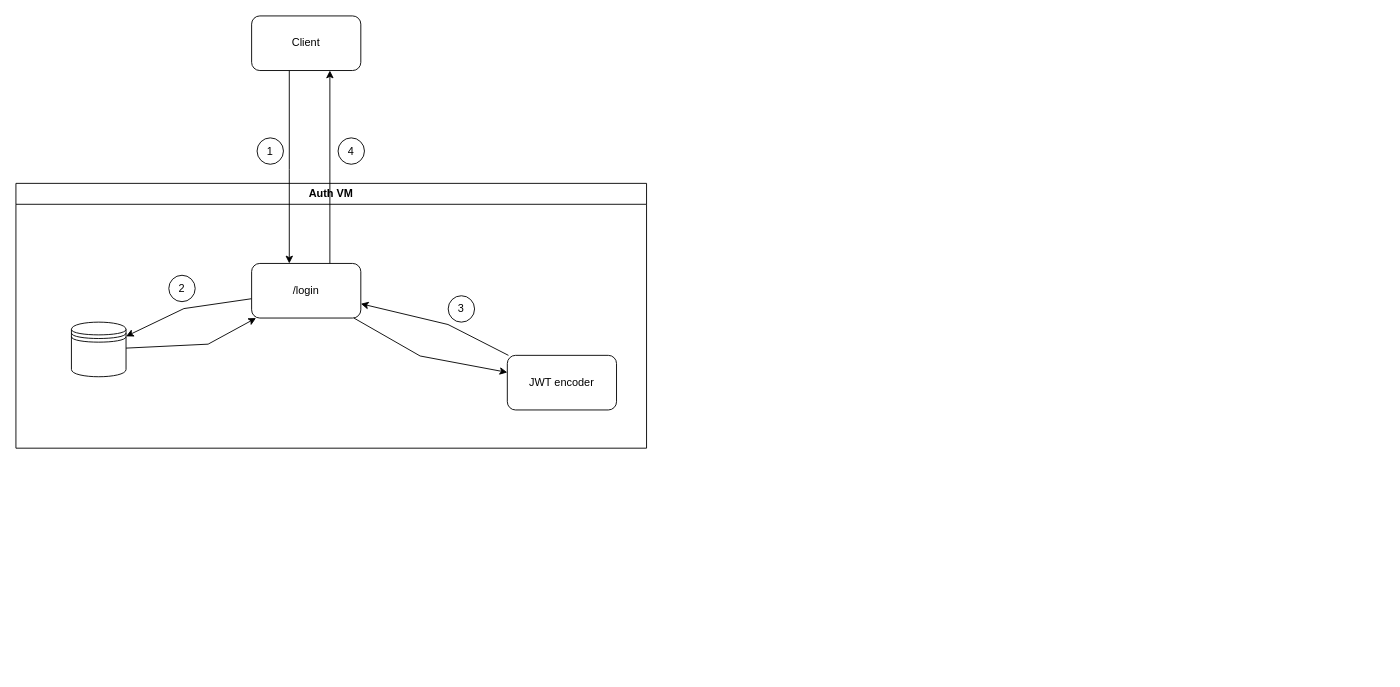
Above: page "Page-4" (4 of 5) of sre_p1_architecture_diagram.drawio in jackpham1019/SMACOP (draw.io), before the change. Source tidied: cells renumbered, new cells numbered last; positions are measured from the earlier drawing's top-left corner, leaving out a move shared by most shapes. Both pictures are drawn from the tidied source at 91%, with x=0, y=0 at pixel (15, 15).
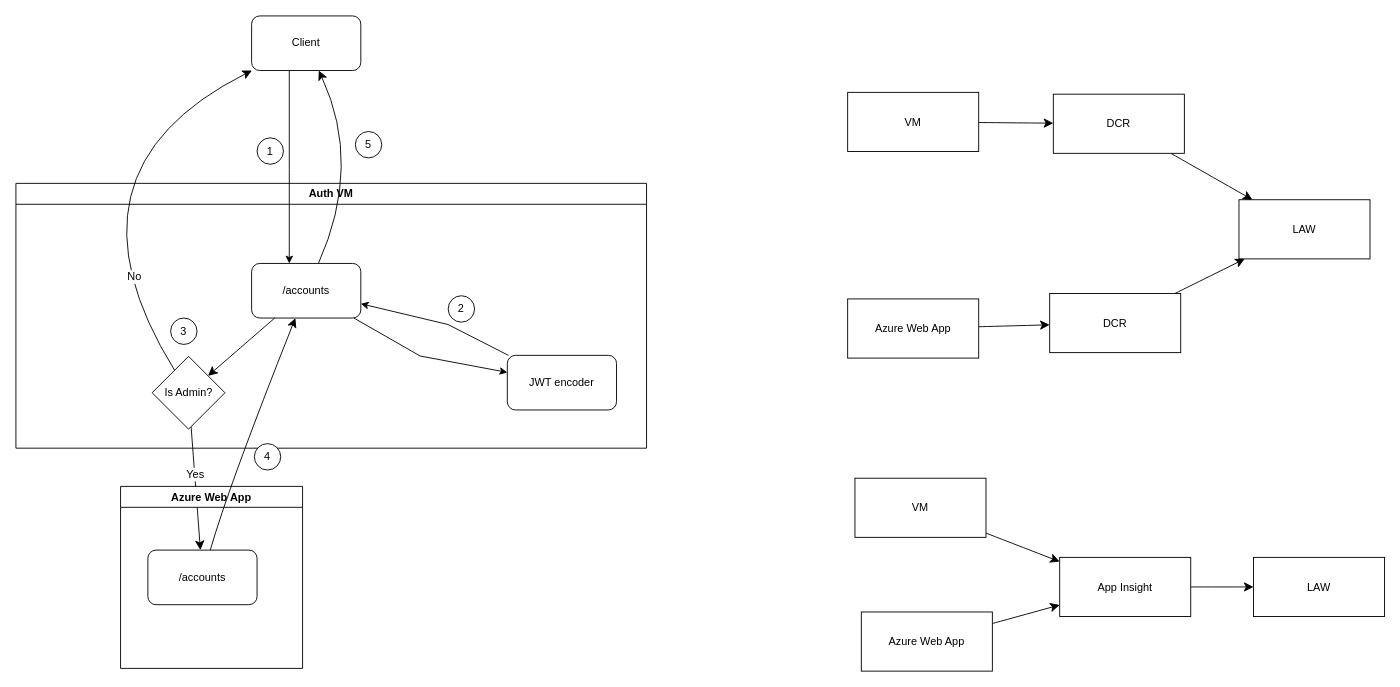
Above is the later version.

The change refers to these unchanged cells:
```xml
<mxCell id="2" value="Auth VM" style="swimlane;whiteSpace=wrap;html=1;" parent="1" vertex="1">
  <mxGeometry y="184" width="693" height="291" as="geometry" />
</mxCell>
<mxCell id="13" value="Client" style="rounded=1;whiteSpace=wrap;html=1;" parent="1" vertex="1">
  <mxGeometry x="259" width="120" height="60" as="geometry" />
</mxCell>
```

Diff of the diagram source:
```diff
@@
-    <mxCell id="4" style="rounded=0;jettySize=auto;html=1;" parent="2" edge="1" source="5" target="7">
-      <mxGeometry relative="1" as="geometry">
-        <Array as="points">
-          <mxPoint x="184.6" y="137.6" />
-        </Array>
-      </mxGeometry>
-    </mxCell>
-    <mxCell id="5" value="/login" style="rounded=1;whiteSpace=wrap;html=1;" parent="2" vertex="1">
+    <mxCell id="5" value="/accounts" style="rounded=1;whiteSpace=wrap;html=1;" parent="2" vertex="1">
       <mxGeometry x="259" y="88" width="120" height="60" as="geometry" />
     </mxCell>
-    <mxCell id="6" style="rounded=0;jettySize=auto;html=1;" parent="2" edge="1" source="7" target="5">
-      <mxGeometry relative="1" as="geometry">
-        <Array as="points">
-          <mxPoint x="211.2" y="176.7" />
-        </Array>
-      </mxGeometry>
-    </mxCell>
-    <mxCell id="7" style="shape=datastore;whiteSpace=wrap;html=1;" parent="2" vertex="1">
-      <mxGeometry x="61" y="152.5" width="60" height="60" as="geometry" />
-    </mxCell>
@@
-    <mxCell id="10" value="2" style="ellipse;whiteSpace=wrap;html=1;" parent="2" vertex="1">
-      <mxGeometry x="168" y="101" width="29" height="29" as="geometry" />
-    </mxCell>
-    <mxCell id="11" value="3" style="ellipse;whiteSpace=wrap;html=1;" parent="2" vertex="1">
+    <mxCell id="11" value="2" style="ellipse;whiteSpace=wrap;html=1;" parent="2" vertex="1">
       <mxGeometry x="475" y="123.5" width="29" height="29" as="geometry" />
     </mxCell>
+    <mxCell id="17" value="3" style="ellipse;whiteSpace=wrap;html=1;" parent="2" vertex="1">
+      <mxGeometry x="170" y="148" width="29" height="29" as="geometry" />
+    </mxCell>
@@
+    <mxCell id="18" style="edgeStyle=none;curved=1;rounded=0;jettySize=auto;html=1;fontSize=12;startSize=8;endSize=8;" parent="1" edge="1" source="22" target="13">
+      <mxGeometry relative="1" as="geometry">
+        <Array as="points">
+          <mxPoint x="38.8" y="171" />
+        </Array>
+      </mxGeometry>
+    </mxCell>
+    <mxCell id="19" value="No" style="edgeLabel;html=1;align=center;verticalAlign=middle;fontSize=12;" parent="18" vertex="1">
+      <mxGeometry x="-0.56" y="-16" relative="1" as="geometry" />
+    </mxCell>
+    <mxCell id="20" style="edgeStyle=none;curved=1;rounded=0;jettySize=auto;html=1;fontSize=12;startSize=8;endSize=8;" parent="1" edge="1" source="22" target="25">
+      <mxGeometry relative="1" as="geometry" />
+    </mxCell>
+    <mxCell id="21" value="Yes" style="edgeLabel;html=1;align=center;verticalAlign=middle;fontSize=12;" parent="20" vertex="1">
+      <mxGeometry x="-0.23" relative="1" as="geometry" />
+    </mxCell>
+    <mxCell id="22" value="Is Admin?" style="rhombus;whiteSpace=wrap;html=1;" parent="1" vertex="1">
+      <mxGeometry x="149.7" y="374.1" width="80" height="80" as="geometry" />
+    </mxCell>
+    <mxCell id="23" style="edgeStyle=none;curved=1;rounded=0;jettySize=auto;html=1;fontSize=12;startSize=8;endSize=8;" parent="1" edge="1" source="5" target="22">
+      <mxGeometry relative="1" as="geometry" />
+    </mxCell>
+    <mxCell id="24" value="Azure Web App" style="swimlane;whiteSpace=wrap;html=1;" parent="1" vertex="1">
+      <mxGeometry x="115" y="517" width="200" height="200" as="geometry" />
+    </mxCell>
+    <mxCell id="25" value="/accounts" style="rounded=1;whiteSpace=wrap;html=1;" parent="24" vertex="1">
+      <mxGeometry x="30" y="70" width="120" height="60" as="geometry" />
+    </mxCell>
+    <mxCell id="26" style="edgeStyle=none;curved=1;rounded=0;jettySize=auto;html=1;fontSize=12;startSize=8;endSize=8;" parent="1" edge="1" source="25" target="5">
+      <mxGeometry relative="1" as="geometry">
+        <Array as="points">
+          <mxPoint x="233.3" y="517.9" />
+        </Array>
+      </mxGeometry>
+    </mxCell>
+    <mxCell id="16" value="4" style="ellipse;whiteSpace=wrap;html=1;" parent="1" vertex="1">
+      <mxGeometry x="262" y="470" width="29" height="29" as="geometry" />
+    </mxCell>
-    <mxCell id="15" style="edgeStyle=orthogonalEdgeStyle;rounded=0;jettySize=auto;html=1;" parent="1" edge="1" source="5" target="13">
+    <mxCell id="15" style="edgeStyle=none;curved=1;rounded=0;jettySize=auto;html=1;fontSize=12;startSize=8;endSize=8;" parent="1" edge="1" source="5" target="13">
       <mxGeometry relative="1" as="geometry">
         <Array as="points">
-          <mxPoint x="345" y="168.2" />
-          <mxPoint x="345" y="168.2" />
+          <mxPoint x="380.7" y="164" />
         </Array>
       </mxGeometry>
     </mxCell>
-    <mxCell id="16" value="4" style="ellipse;whiteSpace=wrap;html=1;" parent="1" vertex="1">
-      <mxGeometry x="354" y="134" width="29" height="29" as="geometry" />
-    </mxCell>
+    <mxCell id="27" value="5" style="ellipse;whiteSpace=wrap;html=1;" parent="1" vertex="1">
+      <mxGeometry x="373" y="127" width="29" height="29" as="geometry" />
+    </mxCell>
+    <mxCell id="28" style="edgeStyle=none;curved=1;rounded=0;jettySize=auto;html=1;fontSize=12;startSize=8;endSize=8;" parent="1" edge="1" source="29" target="32">
+      <mxGeometry relative="1" as="geometry" />
+    </mxCell>
+    <mxCell id="29" value="VM" style="rounded=0;whiteSpace=wrap;html=1;" parent="1" vertex="1">
+      <mxGeometry x="914" y="84" width="144" height="65" as="geometry" />
+    </mxCell>
+    <mxCell id="30" value="LAW" style="rounded=0;whiteSpace=wrap;html=1;" parent="1" vertex="1">
+      <mxGeometry x="1344" y="202" width="144" height="65" as="geometry" />
+    </mxCell>
+    <mxCell id="31" style="edgeStyle=none;curved=1;rounded=0;jettySize=auto;html=1;fontSize=12;startSize=8;endSize=8;" parent="1" edge="1" source="32" target="30">
+      <mxGeometry relative="1" as="geometry" />
+    </mxCell>
+    <mxCell id="32" value="DCR" style="rounded=0;whiteSpace=wrap;html=1;" parent="1" vertex="1">
+      <mxGeometry x="1140" y="86" width="144" height="65" as="geometry" />
+    </mxCell>
+    <mxCell id="33" style="edgeStyle=none;curved=1;rounded=0;jettySize=auto;html=1;fontSize=12;startSize=8;endSize=8;" parent="1" edge="1" source="34" target="36">
+      <mxGeometry relative="1" as="geometry" />
+    </mxCell>
+    <mxCell id="34" value="Azure Web App" style="rounded=0;whiteSpace=wrap;html=1;" parent="1" vertex="1">
+      <mxGeometry x="914" y="311" width="144" height="65" as="geometry" />
+    </mxCell>
+    <mxCell id="35" style="edgeStyle=none;curved=1;rounded=0;jettySize=auto;html=1;fontSize=12;startSize=8;endSize=8;" parent="1" edge="1" source="36" target="30">
+      <mxGeometry relative="1" as="geometry" />
+    </mxCell>
+    <mxCell id="36" value="DCR" style="rounded=0;whiteSpace=wrap;html=1;" parent="1" vertex="1">
+      <mxGeometry x="1136" y="305" width="144" height="65" as="geometry" />
+    </mxCell>
+    <mxCell id="37" style="edgeStyle=none;curved=1;rounded=0;jettySize=auto;html=1;fontSize=12;startSize=8;endSize=8;" parent="1" edge="1" source="38" target="42">
+      <mxGeometry relative="1" as="geometry" />
+    </mxCell>
+    <mxCell id="38" value="VM" style="rounded=0;whiteSpace=wrap;html=1;" parent="1" vertex="1">
+      <mxGeometry x="922" y="508" width="144" height="65" as="geometry" />
+    </mxCell>
+    <mxCell id="39" style="edgeStyle=none;curved=1;rounded=0;jettySize=auto;html=1;fontSize=12;startSize=8;endSize=8;" parent="1" edge="1" source="40" target="42">
+      <mxGeometry relative="1" as="geometry" />
+    </mxCell>
+    <mxCell id="40" value="Azure Web App" style="rounded=0;whiteSpace=wrap;html=1;" parent="1" vertex="1">
+      <mxGeometry x="929" y="655" width="144" height="65" as="geometry" />
+    </mxCell>
+    <mxCell id="41" style="edgeStyle=none;curved=1;rounded=0;jettySize=auto;html=1;fontSize=12;startSize=8;endSize=8;" parent="1" edge="1" source="42" target="43">
+      <mxGeometry relative="1" as="geometry" />
+    </mxCell>
+    <mxCell id="42" value="App Insight" style="rounded=0;whiteSpace=wrap;html=1;" parent="1" vertex="1">
+      <mxGeometry x="1147" y="595" width="144" height="65" as="geometry" />
+    </mxCell>
+    <mxCell id="43" value="LAW" style="rounded=0;whiteSpace=wrap;html=1;" parent="1" vertex="1">
+      <mxGeometry x="1360" y="595" width="144" height="65" as="geometry" />
+    </mxCell>
```
